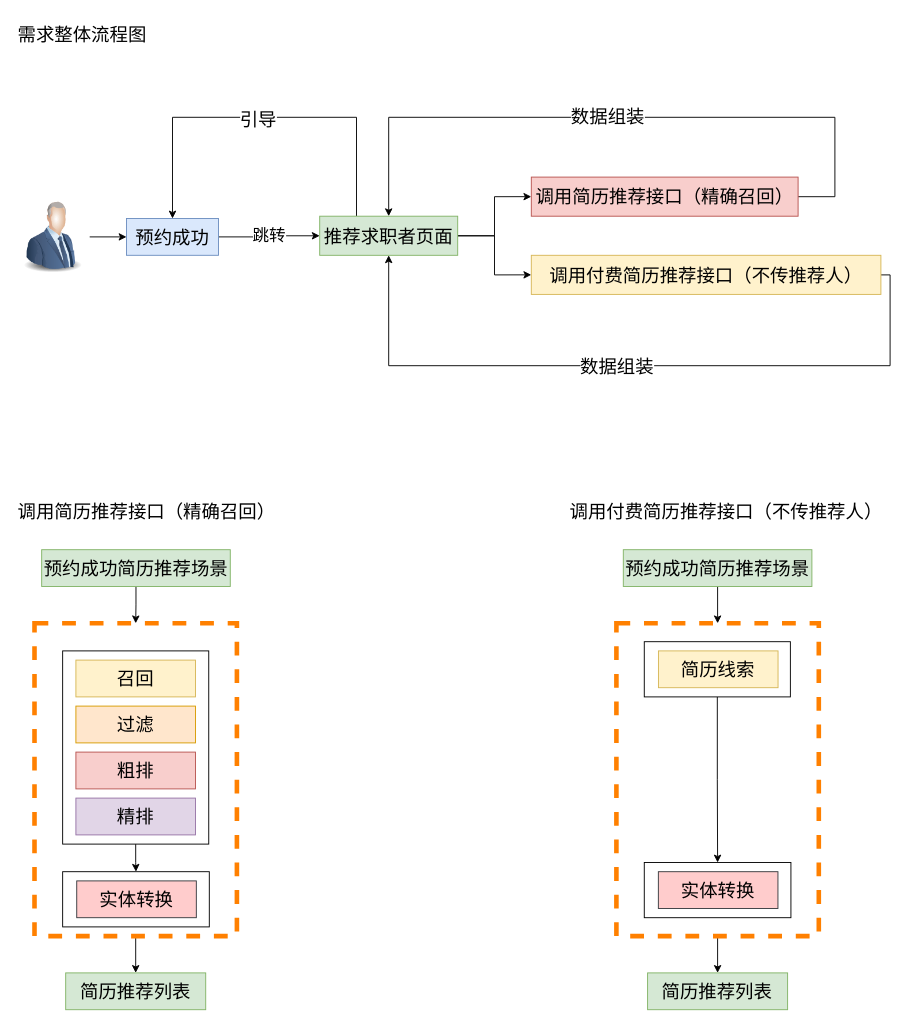
The draw.io diagram 预约成功推荐简历.drawio in LuOyEbY/draw-b, before the edit. Source tidied: cells renumbered, new cells numbered last; positions are measured from the earlier drawing's top-left corner, leaving out a move shared by most shapes. Both pictures are drawn from the tidied source at 92%, with x=0, y=0 at pixel (16, 16).
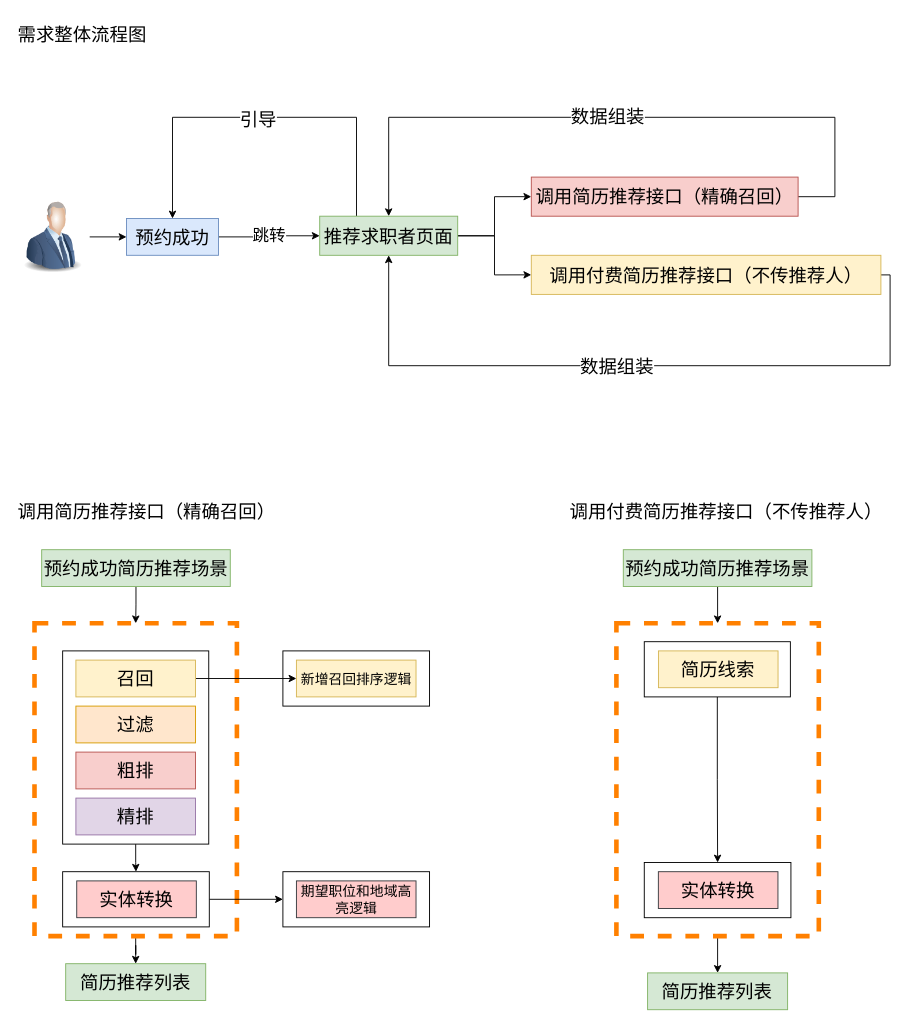
The same page after the edit.

Commit message:
更新预约成功推荐简历.drawio

The change refers to these unchanged cells:
```xml
<mxCell id="24" value="召回" style="rounded=0;whiteSpace=wrap;html=1;fontSize=20;fillColor=#fff2cc;strokeColor=#d6b656;" parent="1" vertex="1">
  <mxGeometry x="65" y="700" width="130" height="40" as="geometry" />
</mxCell>
<mxCell id="28" style="rounded=0;whiteSpace=wrap;html=1;fontSize=20;" parent="1" vertex="1">
  <mxGeometry x="50.6" y="930" width="159.4" height="60" as="geometry" />
</mxCell>
```

Change to the diagram source:
```diff
@@
+    <mxCell id="43" style="rounded=0;whiteSpace=wrap;html=1;fontSize=20;" parent="1" vertex="1">
+      <mxGeometry x="290" y="690" width="159.4" height="60" as="geometry" />
+    </mxCell>
@@
+    <mxCell id="44" style="edgeStyle=orthogonalEdgeStyle;rounded=0;jettySize=auto;html=1;" parent="1" edge="1" source="24" target="48">
+      <mxGeometry relative="1" as="geometry" />
+    </mxCell>
@@
+    <mxCell id="45" style="edgeStyle=orthogonalEdgeStyle;rounded=0;jettySize=auto;html=1;" parent="1" edge="1" source="28" target="46">
+      <mxGeometry relative="1" as="geometry" />
+    </mxCell>
@@
     <mxCell id="32" value="简历推荐列表" style="rounded=0;whiteSpace=wrap;html=1;fontSize=20;fillColor=#d5e8d4;strokeColor=#82b366;" parent="1" vertex="1">
-      <mxGeometry x="53.9" y="1040" width="152.2" height="40" as="geometry" />
+      <mxGeometry x="53.9" y="1030" width="152.2" height="40" as="geometry" />
     </mxCell>
@@
+    <mxCell id="46" style="rounded=0;whiteSpace=wrap;html=1;fontSize=20;" parent="1" vertex="1">
+      <mxGeometry x="290" y="930" width="159.4" height="60" as="geometry" />
+    </mxCell>
+    <mxCell id="47" value="期望职位和地域高亮逻辑" style="rounded=0;whiteSpace=wrap;html=1;fontSize=15;fillColor=#ffcccc;strokeColor=#36393d;" parent="1" vertex="1">
+      <mxGeometry x="304.7" y="940" width="130" height="40" as="geometry" />
+    </mxCell>
+    <mxCell id="48" value="新增召回排序逻辑" style="rounded=0;whiteSpace=wrap;html=1;fontSize=15;fillColor=#fff2cc;strokeColor=#d6b656;" parent="1" vertex="1">
+      <mxGeometry x="304.7" y="700" width="130" height="40" as="geometry" />
+    </mxCell>
```
